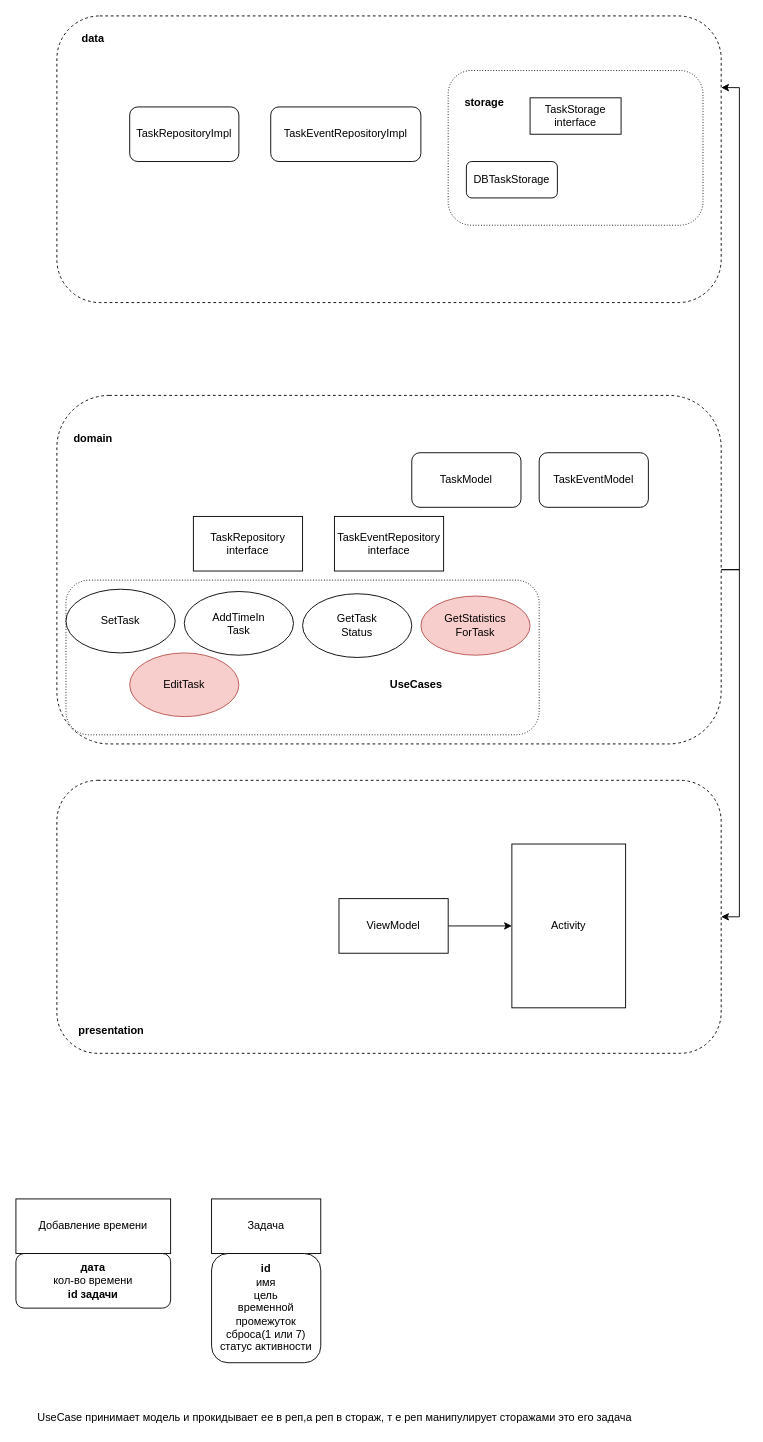
ZXLTRXN/Workulator keeps this draw.io diagram as Untitled Diagram.drawio. Above is the earlier version. Source tidied: cells renumbered, new cells numbered last; positions are measured from the earlier drawing's top-left corner, leaving out a move shared by most shapes. Both pictures are drawn from the tidied source at 91%, with x=0, y=0 at pixel (15, 15).
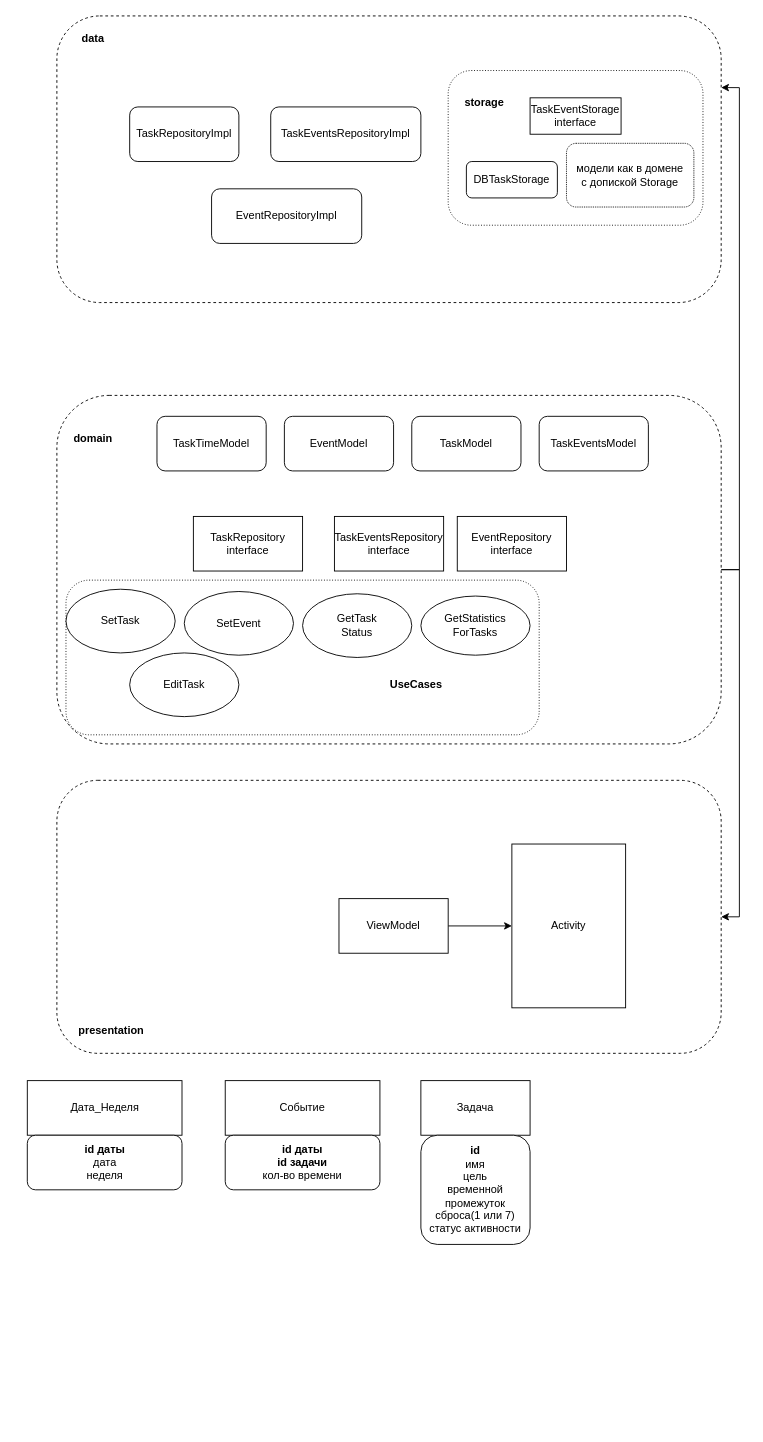
Above is the later version.

Change to the diagram source:
```diff
@@
-    <mxCell id="13" value="AddTimeIn&lt;br&gt;Task" style="ellipse;whiteSpace=wrap;html=1;rounded=0;" parent="1" vertex="1">
+    <mxCell id="13" value="SetEvent" style="ellipse;whiteSpace=wrap;html=1;rounded=0;" parent="1" vertex="1">
       <mxGeometry x="185" y="632.5" width="120" height="70" as="geometry" />
     </mxCell>
@@
-    <mxCell id="15" value="GetStatistics&lt;br&gt;ForTask" style="ellipse;whiteSpace=wrap;html=1;rounded=0;fillColor=#f8cecc;strokeColor=#b85450;" parent="1" vertex="1">
+    <mxCell id="15" value="GetStatistics&lt;br&gt;ForTasks" style="ellipse;whiteSpace=wrap;html=1;rounded=0;" parent="1" vertex="1">
       <mxGeometry x="445" y="637.5" width="120" height="65" as="geometry" />
     </mxCell>
@@
     <mxCell id="17" value="TaskModel" style="rounded=1;whiteSpace=wrap;html=1;" parent="1" vertex="1">
-      <mxGeometry x="435" y="480" width="120" height="60" as="geometry" />
+      <mxGeometry x="435" y="440" width="120" height="60" as="geometry" />
     </mxCell>
-    <mxCell id="18" value="Добавление времени" style="rounded=0;whiteSpace=wrap;html=1;" parent="1" vertex="1">
-      <mxGeometry y="1300" width="170" height="60" as="geometry" />
+    <mxCell id="18" value="Событие" style="rounded=0;whiteSpace=wrap;html=1;" parent="1" vertex="1">
+      <mxGeometry x="230" y="1170" width="170" height="60" as="geometry" />
     </mxCell>
-    <mxCell id="19" value="&lt;b&gt;дата&lt;/b&gt;&lt;br&gt;кол-во времени&lt;br&gt;&lt;b&gt;id задачи&lt;/b&gt;" style="rounded=1;whiteSpace=wrap;html=1;" parent="1" vertex="1">
-      <mxGeometry y="1360" width="170" height="60" as="geometry" />
+    <mxCell id="19" value="&lt;b&gt;id даты&lt;br&gt;&lt;/b&gt;&lt;b&gt;id задачи&lt;/b&gt;&lt;br&gt;кол-во времени" style="rounded=1;whiteSpace=wrap;html=1;" parent="1" vertex="1">
+      <mxGeometry x="230" y="1230" width="170" height="60" as="geometry" />
     </mxCell>
     <mxCell id="20" value="Задача" style="rounded=0;whiteSpace=wrap;html=1;" parent="1" vertex="1">
-      <mxGeometry x="215" y="1300" width="120" height="60" as="geometry" />
+      <mxGeometry x="445" y="1170" width="120" height="60" as="geometry" />
     </mxCell>
     <mxCell id="21" value="&lt;b&gt;id&lt;/b&gt;&lt;br&gt;имя&lt;br&gt;цель&lt;br&gt;временной промежуток&lt;br&gt;сброса(1 или 7)&lt;br&gt;статус активности" style="rounded=1;whiteSpace=wrap;html=1;" parent="1" vertex="1">
-      <mxGeometry x="215" y="1360" width="120" height="120" as="geometry" />
+      <mxGeometry x="445" y="1230" width="120" height="120" as="geometry" />
     </mxCell>
-    <mxCell id="22" value="EditTask" style="ellipse;whiteSpace=wrap;html=1;rounded=0;fillColor=#f8cecc;strokeColor=#b85450;" parent="1" vertex="1">
+    <mxCell id="22" value="EditTask" style="ellipse;whiteSpace=wrap;html=1;rounded=0;" parent="1" vertex="1">
       <mxGeometry x="125" y="700" width="120" height="70" as="geometry" />
     </mxCell>
-    <mxCell id="23" value="TaskEventModel" style="rounded=1;whiteSpace=wrap;html=1;" parent="1" vertex="1">
-      <mxGeometry x="575" y="480" width="120" height="60" as="geometry" />
+    <mxCell id="23" value="TaskEventsModel" style="rounded=1;whiteSpace=wrap;html=1;" parent="1" vertex="1">
+      <mxGeometry x="575" y="440" width="120" height="60" as="geometry" />
     </mxCell>
@@
-    <mxCell id="25" value="TaskEventRepository&lt;br&gt;interface" style="rounded=0;whiteSpace=wrap;html=1;" parent="1" vertex="1">
+    <mxCell id="25" value="TaskEventsRepository&lt;br&gt;interface" style="rounded=0;whiteSpace=wrap;html=1;" parent="1" vertex="1">
       <mxGeometry x="350" y="550" width="120" height="60" as="geometry" />
     </mxCell>
-    <mxCell id="26" value="UseCase принимает модель и прокидывает ее в реп,а реп в стораж, т е реп манипулирует сторажами это его задача" style="text;html=1;align=center;verticalAlign=middle;strokeColor=none;fillColor=none;" parent="1" vertex="1">
-      <mxGeometry x="15" y="1530" width="670" height="20" as="geometry" />
-    </mxCell>
@@
-    <mxCell id="28" value="TaskEventRepositoryImpl" style="rounded=1;whiteSpace=wrap;html=1;" parent="1" vertex="1">
+    <mxCell id="28" value="TaskEventsRepositoryImpl" style="rounded=1;whiteSpace=wrap;html=1;" parent="1" vertex="1">
       <mxGeometry x="280" y="100" width="165" height="60" as="geometry" />
     </mxCell>
@@
-    <mxCell id="30" value="TaskStorage&lt;br&gt;interface" style="rounded=0;whiteSpace=wrap;html=1;" parent="1" vertex="1">
+    <mxCell id="30" value="TaskEventStorage&lt;br&gt;interface" style="rounded=0;whiteSpace=wrap;html=1;" parent="1" vertex="1">
       <mxGeometry x="565" y="90" width="100" height="40" as="geometry" />
     </mxCell>
@@
+    <mxCell id="35" value="EventRepository&lt;br&gt;interface" style="rounded=0;whiteSpace=wrap;html=1;" parent="1" vertex="1">
+      <mxGeometry x="485" y="550" width="120" height="60" as="geometry" />
+    </mxCell>
+    <mxCell id="36" value="EventRepositoryImpl" style="rounded=1;whiteSpace=wrap;html=1;" parent="1" vertex="1">
+      <mxGeometry x="215" y="190" width="165" height="60" as="geometry" />
+    </mxCell>
+    <mxCell id="37" value="TaskTimeModel" style="rounded=1;whiteSpace=wrap;html=1;" parent="1" vertex="1">
+      <mxGeometry x="155" y="440" width="120" height="60" as="geometry" />
+    </mxCell>
+    <mxCell id="38" value="EventModel" style="rounded=1;whiteSpace=wrap;html=1;" parent="1" vertex="1">
+      <mxGeometry x="295" y="440" width="120" height="60" as="geometry" />
+    </mxCell>
+    <mxCell id="39" value="модели как в домене &lt;br&gt;с допиской Storage" style="rounded=1;whiteSpace=wrap;html=1;dashed=1;dashPattern=1 1;" parent="1" vertex="1">
+      <mxGeometry x="605" y="140" width="140" height="70" as="geometry" />
+    </mxCell>
+    <mxCell id="40" value="Дата_Неделя" style="rounded=0;whiteSpace=wrap;html=1;" parent="1" vertex="1">
+      <mxGeometry x="12.5" y="1170" width="170" height="60" as="geometry" />
+    </mxCell>
+    <mxCell id="41" value="&lt;b&gt;id даты&lt;/b&gt;&lt;br&gt;дата&lt;br&gt;неделя" style="rounded=1;whiteSpace=wrap;html=1;" parent="1" vertex="1">
+      <mxGeometry x="12.5" y="1230" width="170" height="60" as="geometry" />
+    </mxCell>
```
